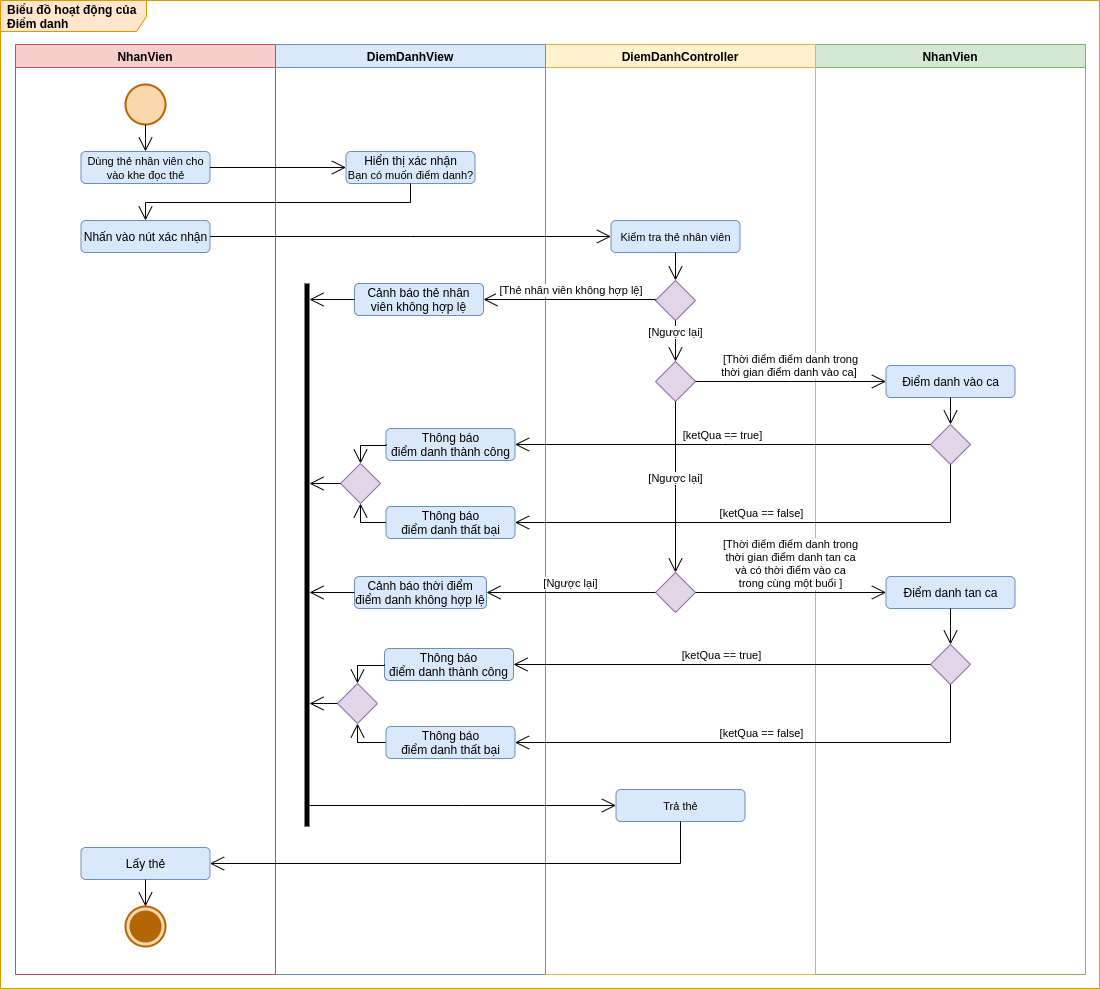
The draw.io diagram images/Activity Diagram/Attendance.png in luclegen/medicine16, before a commit. Source tidied: cells renumbered, new cells last; positions are measured from the earlier drawing's top-left corner, leaving out a move shared by most shapes.
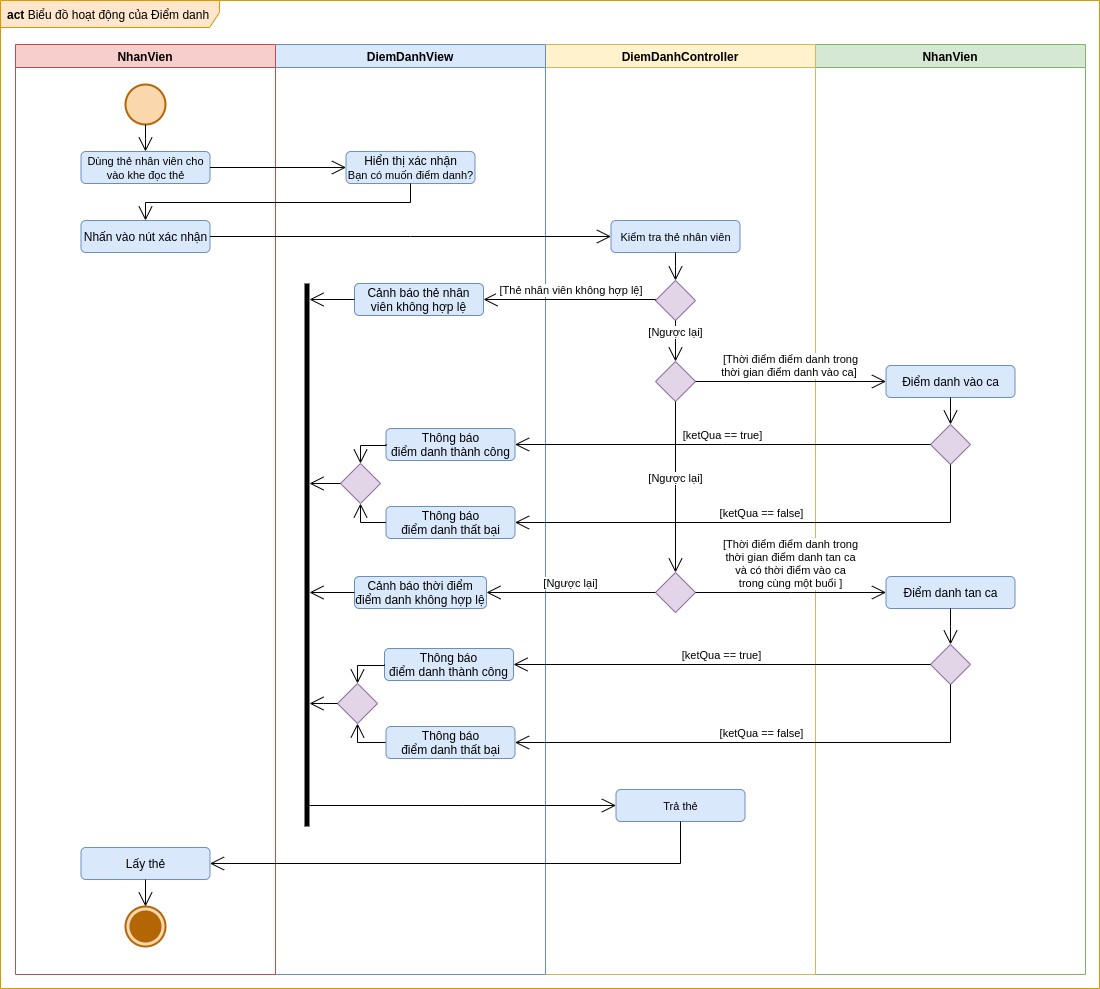
Later version of the same file.

Diff of the diagram source:
```diff
@@ -2,9 +2,9 @@
   <root>
     <mxCell id="0" />
     <mxCell id="1" parent="0" />
-    <mxCell id="2" value="Biểu đồ hoạt động của&lt;br&gt;&lt;b&gt;Điểm danh&lt;/b&gt;" style="shape=umlFrame;whiteSpace=wrap;html=1;width=146;height=31;boundedLbl=1;verticalAlign=middle;align=left;spacingLeft=5;fontStyle=1;fillColor=#ffe6cc;strokeColor=#d79b00;swimlaneFillColor=#FFFFFF;" parent="1" vertex="1">
-      <mxGeometry width="1099" height="988" as="geometry" />
-    </mxCell>
+    <mxCell id="59" value="act&amp;nbsp;&lt;span style=&quot;font-weight: normal&quot;&gt;Biểu đồ hoạt động của Điểm danh&lt;/span&gt;" style="shape=umlFrame;whiteSpace=wrap;html=1;width=219;height=27;boundedLbl=1;verticalAlign=middle;align=left;spacingLeft=5;fontStyle=1;fillColor=#ffe6cc;strokeColor=#d79b00;swimlaneFillColor=#FFFFFF;" parent="1" vertex="1">
+      <mxGeometry width="1099" height="988" as="geometry" />
+    </mxCell>
     <mxCell id="3" value="NhanVien" style="swimlane;fillColor=#d5e8d4;strokeColor=#82b366;" parent="1" vertex="1">
       <mxGeometry x="815" y="44" width="270" height="930" as="geometry" />
     </mxCell>
```
